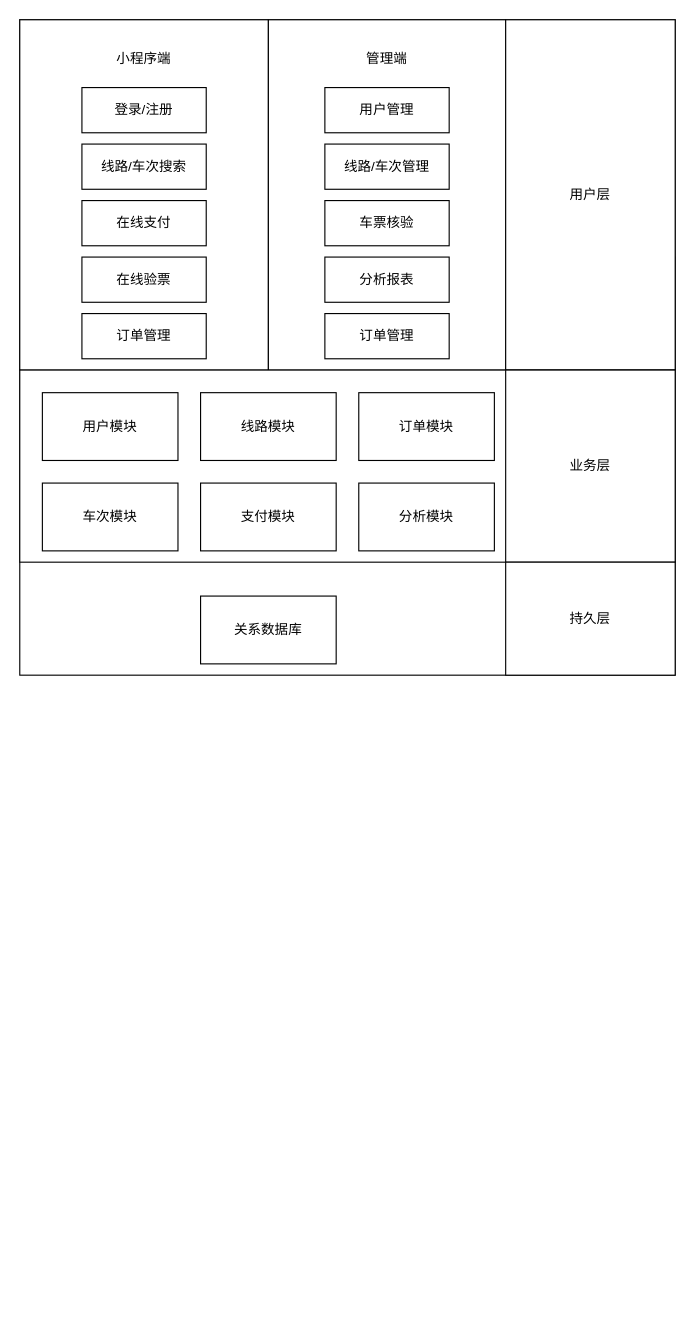
Before: 功能流程.drawio in mylvlin/flow, a draw.io diagram. Source tidied: cells renumbered, new cells numbered last; positions are measured from the earlier drawing's top-left corner, leaving out a move shared by most shapes. Both pictures are drawn from the tidied source at 113%, with x=0, y=0 at pixel (19, 19).
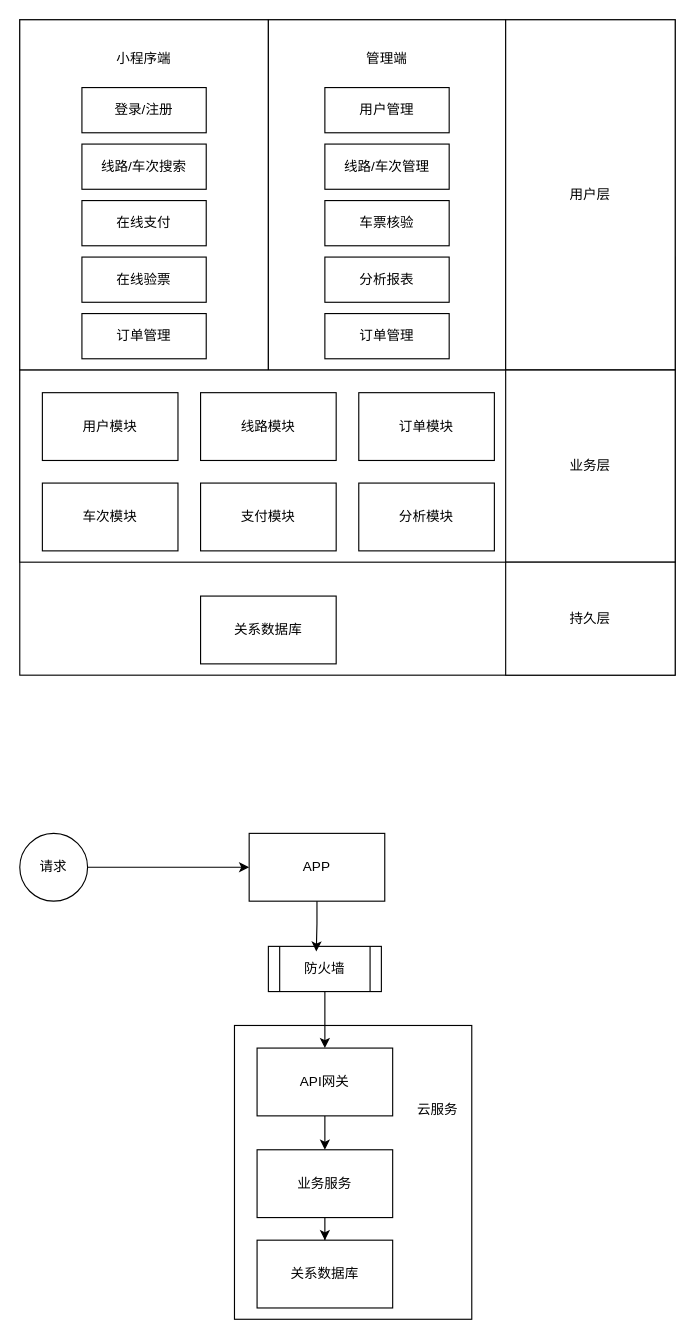
The same diagram, later.

Commit message (it also covers changes not shown here):
更新功能流程.drawio

Change to the diagram source:
```diff
@@
+    <mxCell id="29" style="rounded=0;whiteSpace=wrap;html=1;" parent="1" vertex="1">
+      <mxGeometry x="190" y="890" width="210" height="260" as="geometry" />
+    </mxCell>
@@
+    <mxCell id="30" style="edgeStyle=orthogonalEdgeStyle;rounded=0;jettySize=auto;html=1;entryX=0;entryY=0.5;entryDx=0;entryDy=0;" parent="1" edge="1" source="31" target="32">
+      <mxGeometry relative="1" as="geometry" />
+    </mxCell>
+    <mxCell id="31" value="请求" style="ellipse;whiteSpace=wrap;html=1;" parent="1" vertex="1">
+      <mxGeometry y="720" width="60" height="60" as="geometry" />
+    </mxCell>
+    <mxCell id="32" value="APP" style="rounded=0;whiteSpace=wrap;html=1;" parent="1" vertex="1">
+      <mxGeometry x="203" y="720" width="120" height="60" as="geometry" />
+    </mxCell>
+    <mxCell id="33" style="edgeStyle=orthogonalEdgeStyle;rounded=0;jettySize=auto;html=1;exitX=0.5;exitY=1;exitDx=0;exitDy=0;entryX=0.5;entryY=0;entryDx=0;entryDy=0;" parent="1" edge="1" source="34" target="36">
+      <mxGeometry relative="1" as="geometry" />
+    </mxCell>
+    <mxCell id="34" value="API网关" style="rounded=0;whiteSpace=wrap;html=1;" parent="1" vertex="1">
+      <mxGeometry x="210" y="910" width="120" height="60" as="geometry" />
+    </mxCell>
+    <mxCell id="35" style="edgeStyle=orthogonalEdgeStyle;rounded=0;jettySize=auto;html=1;" parent="1" edge="1" source="36" target="37">
+      <mxGeometry relative="1" as="geometry" />
+    </mxCell>
+    <mxCell id="36" value="业务服务" style="rounded=0;whiteSpace=wrap;html=1;" parent="1" vertex="1">
+      <mxGeometry x="210" y="1000" width="120" height="60" as="geometry" />
+    </mxCell>
+    <mxCell id="37" value="关系数据库" style="rounded=0;whiteSpace=wrap;html=1;" parent="1" vertex="1">
+      <mxGeometry x="210" y="1080" width="120" height="60" as="geometry" />
+    </mxCell>
+    <mxCell id="38" style="edgeStyle=orthogonalEdgeStyle;rounded=0;jettySize=auto;html=1;" parent="1" edge="1" source="39" target="34">
+      <mxGeometry relative="1" as="geometry" />
+    </mxCell>
+    <mxCell id="39" value="防火墙" style="shape=process;whiteSpace=wrap;html=1;backgroundOutline=1;" parent="1" vertex="1">
+      <mxGeometry x="220" y="820" width="100" height="40" as="geometry" />
+    </mxCell>
+    <mxCell id="40" style="edgeStyle=orthogonalEdgeStyle;rounded=0;jettySize=auto;html=1;entryX=0.424;entryY=0.115;entryDx=0;entryDy=0;entryPerimeter=0;" parent="1" edge="1" source="32" target="39">
+      <mxGeometry relative="1" as="geometry" />
+    </mxCell>
+    <mxCell id="41" value="云服务" style="text;html=1;align=center;verticalAlign=middle;whiteSpace=wrap;rounded=0;" parent="1" vertex="1">
+      <mxGeometry x="340" y="950" width="60" height="30" as="geometry" />
+    </mxCell>
```
